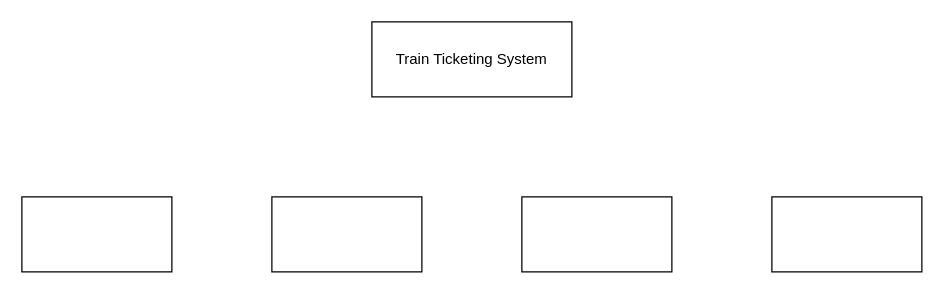
Before: diagrams/structure_chart.drawio in Poleric/train-ticketing-system, a draw.io diagram. Source tidied: cells renumbered, new cells numbered last; positions are measured from the earlier drawing's top-left corner, leaving out a move shared by most shapes. Both pictures are drawn from the tidied source at 125%, with x=0, y=0 at pixel (21, 21).
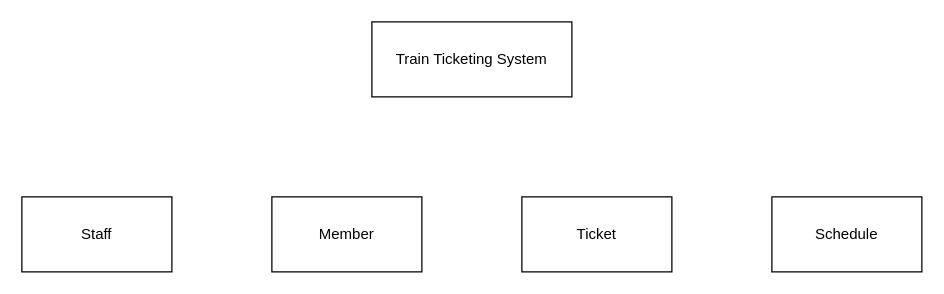
The same diagram, later.

The edit, as a diff of the source:
```diff
@@
 <mxGraphModel>
   <root>
     <mxCell id="0" />
     <mxCell id="1" parent="0" />
-    <mxCell id="2" style="rounded=0;whiteSpace=wrap;html=1;" parent="1" vertex="1">
+    <mxCell id="2" value="Staff" style="rounded=0;whiteSpace=wrap;html=1;" parent="1" vertex="1">
       <mxGeometry y="140" width="120" height="60" as="geometry" />
     </mxCell>
-    <mxCell id="3" style="rounded=0;whiteSpace=wrap;html=1;" parent="1" vertex="1">
+    <mxCell id="3" value="Member" style="rounded=0;whiteSpace=wrap;html=1;" parent="1" vertex="1">
       <mxGeometry x="200" y="140" width="120" height="60" as="geometry" />
     </mxCell>
-    <mxCell id="4" style="rounded=0;whiteSpace=wrap;html=1;" parent="1" vertex="1">
+    <mxCell id="4" value="Ticket" style="rounded=0;whiteSpace=wrap;html=1;" parent="1" vertex="1">
       <mxGeometry x="400" y="140" width="120" height="60" as="geometry" />
     </mxCell>
-    <mxCell id="5" style="rounded=0;whiteSpace=wrap;html=1;" parent="1" vertex="1">
+    <mxCell id="5" value="Schedule" style="rounded=0;whiteSpace=wrap;html=1;" parent="1" vertex="1">
       <mxGeometry x="600" y="140" width="120" height="60" as="geometry" />
     </mxCell>
     <mxCell id="6" value="Train Ticketing System" style="rounded=0;whiteSpace=wrap;html=1;" parent="1" vertex="1">
       <mxGeometry x="280" width="160" height="60" as="geometry" />
     </mxCell>
   </root>
 </mxGraphModel>
```
